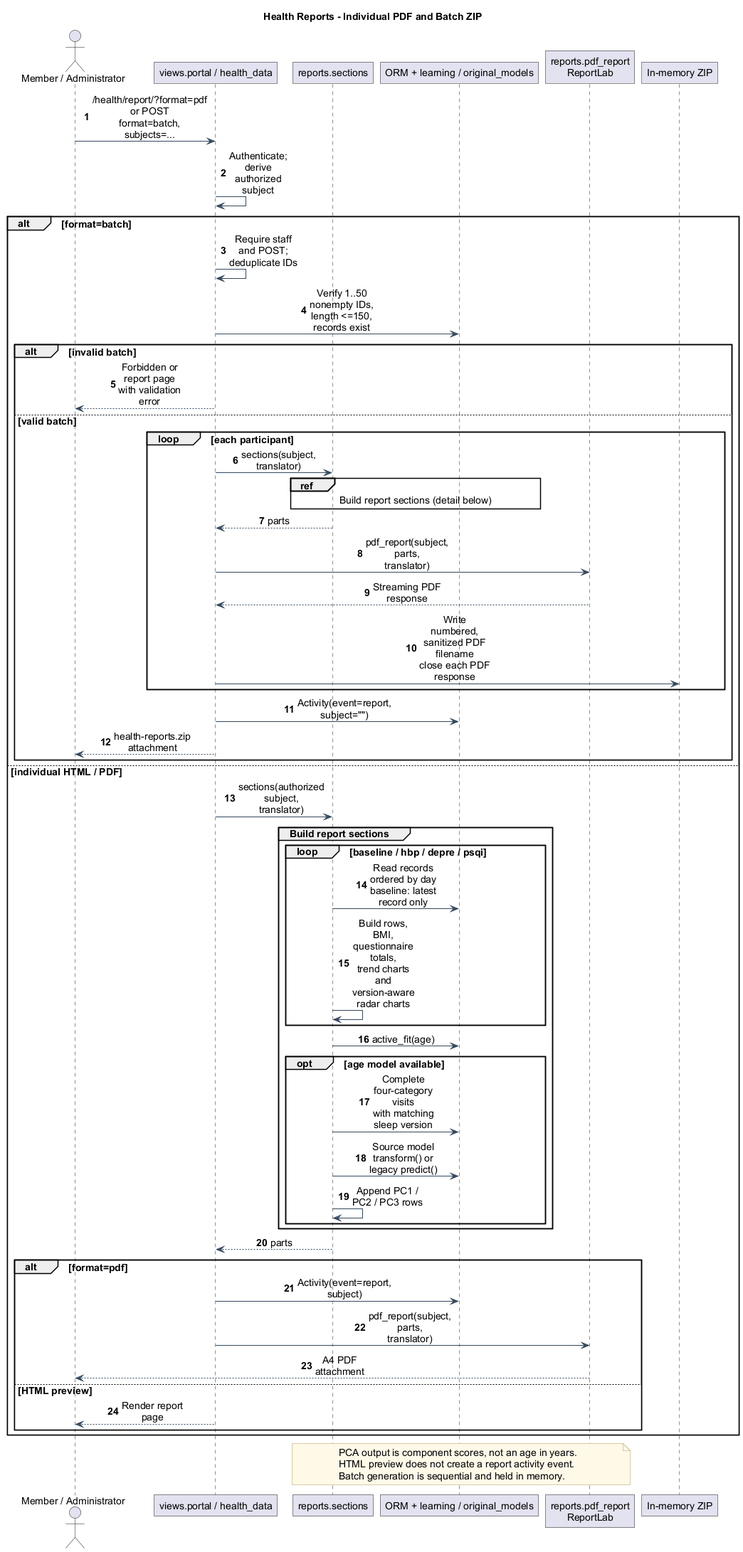
Earlier version of the PlantUML export docs/png/09-report-sequence.png (ed0ard/Health-Risk-Portal-Prototype).
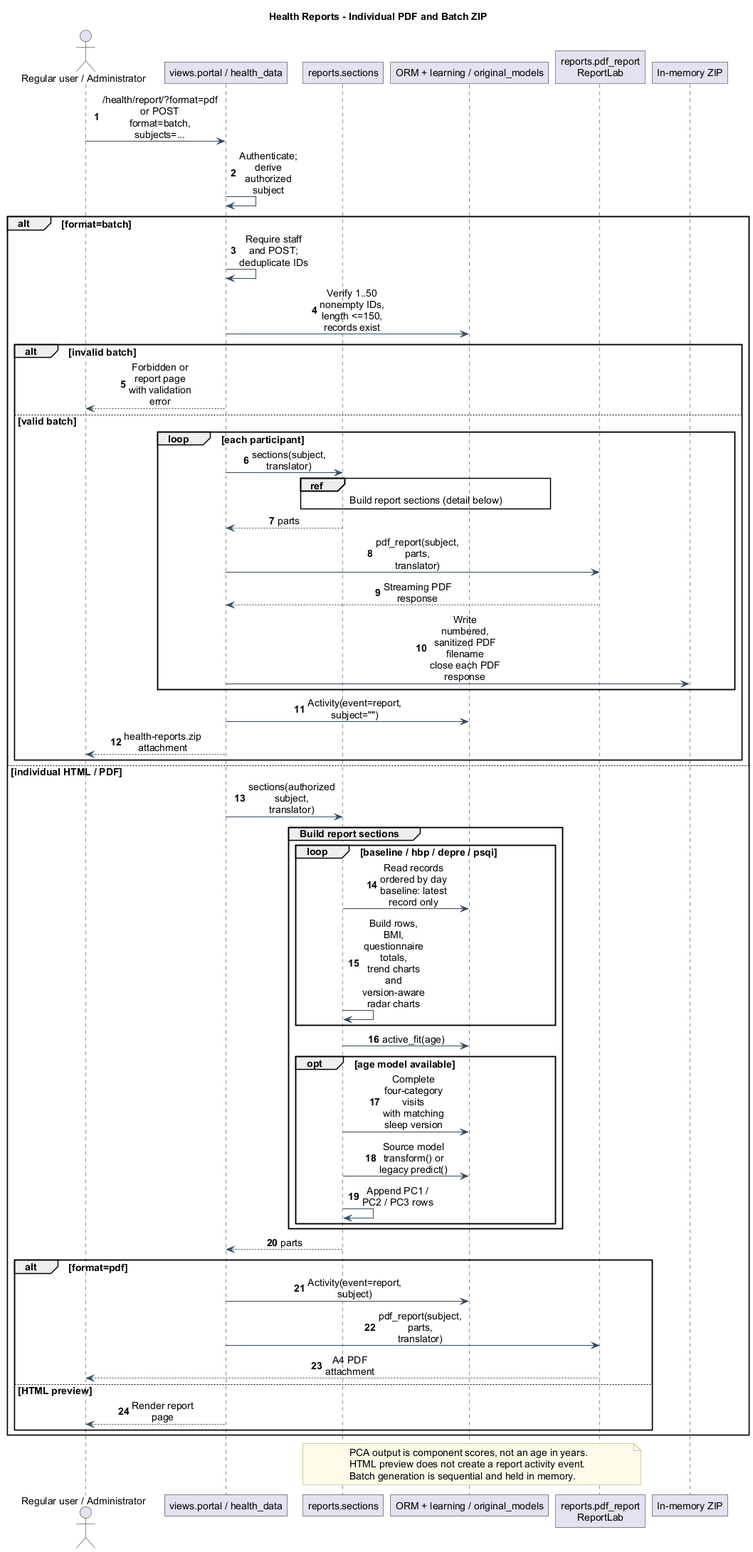
After the change.

What changed in the source:
```diff
@@ -2,7 +2,7 @@
 !include style.puml
 title Health Reports - Individual PDF and Batch ZIP
 autonumber
-actor "Member / Administrator" as User
+actor "Regular user / Administrator" as User
 participant "views.portal / health_data" as View
 participant "reports.sections" as Sections
 participant "ORM + learning / original_models" as Data
```
